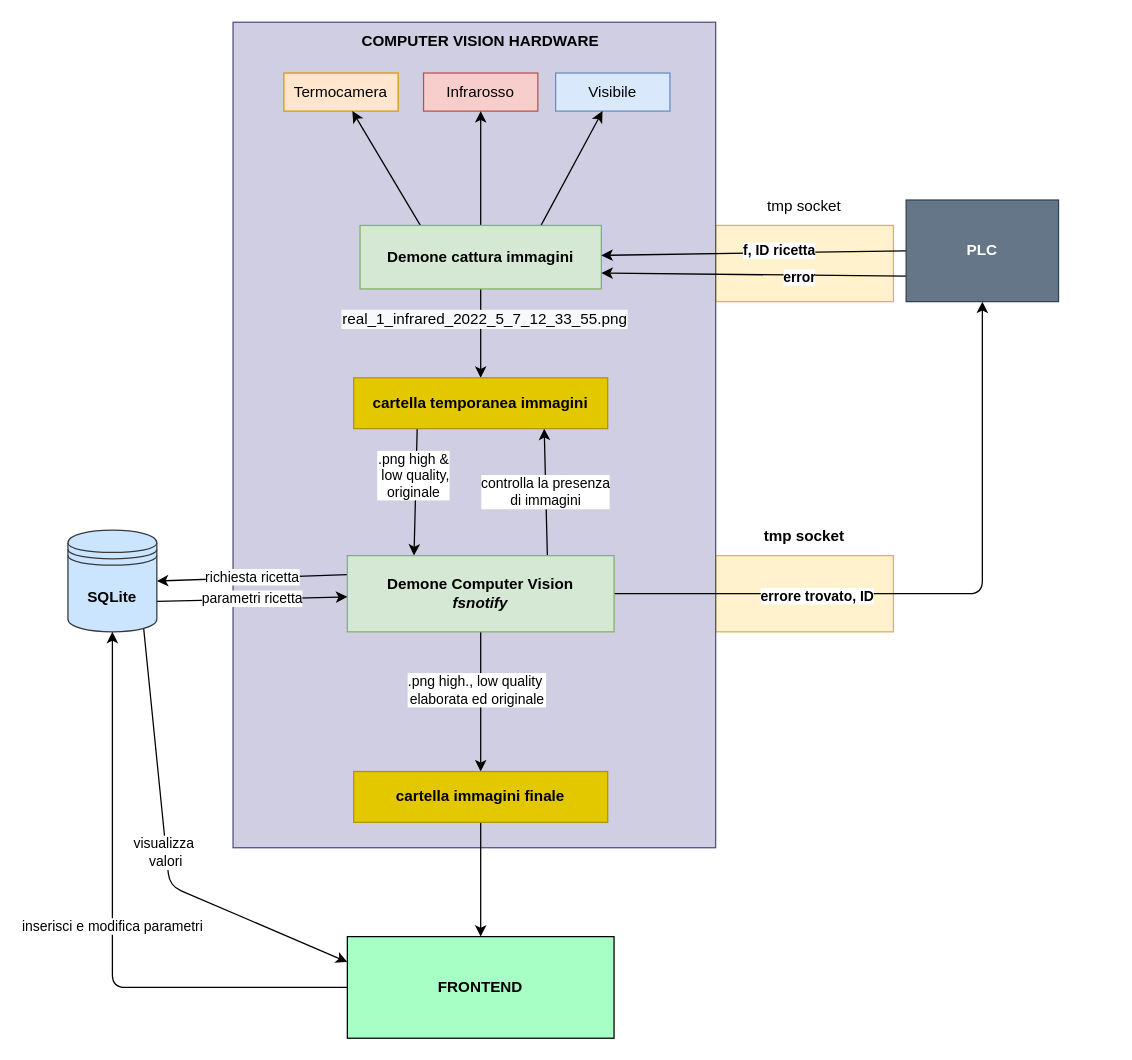
Above: docs/diagrammi di flusso/software_architecture/sistema_3.drawio in erma0x/DefectRecognitorAdvanced (draw.io), before the change. Source tidied: cells renumbered, new cells numbered last; positions are measured from the earlier drawing's top-left corner, leaving out a move shared by most shapes. Both pictures are drawn from the tidied source at 127%, with x=0, y=0 at pixel (67, 22).
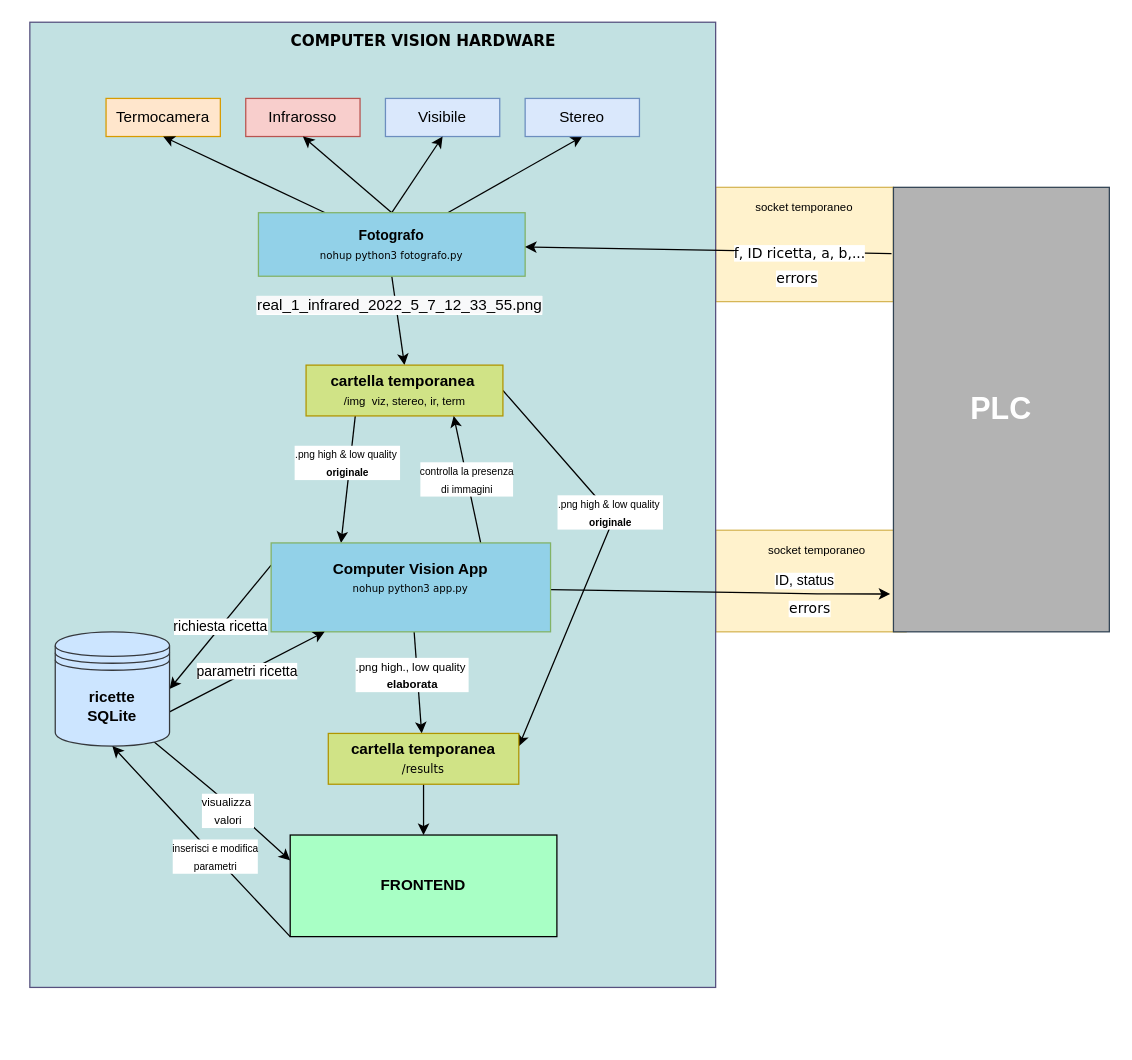
The same page after the edit.

Unchanged cells that the change refers to:
```xml
<mxCell id="20" style="edgeStyle=none;html=1;exitX=0.25;exitY=1;exitDx=0;exitDy=0;entryX=0.25;entryY=0;entryDx=0;entryDy=0;" parent="1" edge="1" source="22" target="29">
  <mxGeometry relative="1" as="geometry" />
</mxCell>
<mxCell id="26" style="edgeStyle=none;html=1;" parent="1" edge="1" source="29" target="31">
  <mxGeometry relative="1" as="geometry" />
</mxCell>
```

Change to the diagram source:
```diff
@@
     <mxCell id="2" style="rounded=0;whiteSpace=wrap;html=1;fillColor=#fff2cc;strokeColor=#d6b656;" parent="1" vertex="1">
-      <mxGeometry x="510" y="420" width="140" height="60" as="geometry" />
+      <mxGeometry x="510" y="400" width="150" height="80" as="geometry" />
     </mxCell>
     <mxCell id="3" style="rounded=0;whiteSpace=wrap;html=1;fillColor=#fff2cc;strokeColor=#d6b656;" parent="1" vertex="1">
-      <mxGeometry x="510" y="160" width="140" height="60" as="geometry" />
+      <mxGeometry x="510" y="130" width="140" height="90" as="geometry" />
     </mxCell>
-    <mxCell id="4" style="rounded=0;whiteSpace=wrap;html=1;fillColor=#d0cee2;strokeColor=#56517e;" parent="1" vertex="1">
-      <mxGeometry x="130" width="380" height="650" as="geometry" />
+    <mxCell id="4" style="rounded=0;whiteSpace=wrap;html=1;fillColor=#C2E1E2;strokeColor=#56517e;" parent="1" vertex="1">
+      <mxGeometry x="-30" width="540" height="760" as="geometry" />
     </mxCell>
     <mxCell id="5" value="Termocamera" style="rounded=0;whiteSpace=wrap;html=1;fillColor=#ffe6cc;strokeColor=#d79b00;" parent="1" vertex="1">
-      <mxGeometry x="170" y="40" width="90" height="30" as="geometry" />
+      <mxGeometry x="30" y="60" width="90" height="30" as="geometry" />
     </mxCell>
     <mxCell id="6" value="Infrarosso" style="rounded=0;whiteSpace=wrap;html=1;fillColor=#f8cecc;strokeColor=#b85450;" parent="1" vertex="1">
-      <mxGeometry x="280" y="40" width="90" height="30" as="geometry" />
+      <mxGeometry x="140" y="60" width="90" height="30" as="geometry" />
     </mxCell>
     <mxCell id="7" value="Visibile" style="rounded=0;whiteSpace=wrap;html=1;fillColor=#dae8fc;strokeColor=#6c8ebf;" parent="1" vertex="1">
-      <mxGeometry x="384" y="40" width="90" height="30" as="geometry" />
+      <mxGeometry x="250" y="60" width="90" height="30" as="geometry" />
     </mxCell>
-    <mxCell id="8" style="edgeStyle=none;html=1;exitX=0.25;exitY=0;exitDx=0;exitDy=0;" parent="1" edge="1" source="13" target="5">
-      <mxGeometry relative="1" as="geometry" />
-    </mxCell>
-    <mxCell id="9" style="edgeStyle=none;html=1;exitX=0.5;exitY=0;exitDx=0;exitDy=0;entryX=0.5;entryY=1;entryDx=0;entryDy=0;" parent="1" edge="1" source="13" target="6">
-      <mxGeometry relative="1" as="geometry" />
-    </mxCell>
-    <mxCell id="10" style="edgeStyle=none;html=1;exitX=0.75;exitY=0;exitDx=0;exitDy=0;" parent="1" edge="1" source="13" target="7">
-      <mxGeometry relative="1" as="geometry" />
-    </mxCell>
@@
+    <mxCell id="10" style="edgeStyle=none;html=1;exitX=0.5;exitY=0;exitDx=0;exitDy=0;entryX=0.5;entryY=1;entryDx=0;entryDy=0;fontFamily=Verdana;fontSize=24;fillColor=#E8ECFF;" parent="1" edge="1" source="13" target="7">
+      <mxGeometry relative="1" as="geometry" />
+    </mxCell>
+    <mxCell id="40" style="edgeStyle=none;html=1;entryX=0.5;entryY=1;entryDx=0;entryDy=0;fontFamily=Verdana;fontSize=24;fillColor=#E8ECFF;" parent="1" edge="1" source="13" target="45">
+      <mxGeometry relative="1" as="geometry" />
+    </mxCell>
+    <mxCell id="9" style="edgeStyle=none;html=1;exitX=0.5;exitY=0;exitDx=0;exitDy=0;fontFamily=Verdana;fontSize=24;fillColor=#E8ECFF;entryX=0.5;entryY=1;entryDx=0;entryDy=0;" parent="1" edge="1" source="13" target="6">
+      <mxGeometry relative="1" as="geometry" />
+    </mxCell>
+    <mxCell id="8" style="edgeStyle=none;html=1;exitX=0.25;exitY=0;exitDx=0;exitDy=0;fontFamily=Verdana;fontSize=24;fillColor=#E8ECFF;entryX=0.5;entryY=1;entryDx=0;entryDy=0;" parent="1" edge="1" source="13" target="5">
+      <mxGeometry relative="1" as="geometry" />
+    </mxCell>
-    <mxCell id="13" value="&lt;b&gt;Demone cattura immagini&lt;/b&gt;" style="rounded=0;whiteSpace=wrap;html=1;fillColor=#d5e8d4;strokeColor=#82b366;" parent="1" vertex="1">
-      <mxGeometry x="230" y="160" width="190" height="50" as="geometry" />
+    <mxCell id="13" value="&lt;font style=&quot;font-size: 11px&quot;&gt;&lt;b&gt;Fotografo&lt;/b&gt;&lt;br&gt;&lt;/font&gt;&lt;font style=&quot;font-size: 8px&quot; face=&quot;Verdana&quot;&gt;nohup python3 fotografo.py&lt;/font&gt;" style="rounded=0;whiteSpace=wrap;html=1;fillColor=#92D1E8;strokeColor=#82b366;" parent="1" vertex="1">
+      <mxGeometry x="150" y="150" width="210" height="50" as="geometry" />
     </mxCell>
-    <mxCell id="14" style="edgeStyle=none;html=1;exitX=0;exitY=0.5;exitDx=0;exitDy=0;" parent="1" edge="1" source="19" target="13">
+    <mxCell id="14" style="edgeStyle=none;html=1;exitX=-0.009;exitY=0.149;exitDx=0;exitDy=0;exitPerimeter=0;" parent="1" edge="1" source="19" target="13">
       <mxGeometry relative="1" as="geometry" />
     </mxCell>
-    <mxCell id="15" value="f, ID ricetta" style="edgeLabel;html=1;align=center;verticalAlign=middle;fontStyle=1;" parent="14" vertex="1">
-      <mxGeometry x="-0.17" y="-2" relative="1" as="geometry" />
+    <mxCell id="15" value="&lt;span style=&quot;font-weight: normal&quot;&gt;&lt;font face=&quot;Verdana&quot;&gt;f, ID ricetta, a, b,...&lt;/font&gt;&lt;/span&gt;" style="edgeLabel;html=1;align=center;verticalAlign=middle;fontStyle=1;" parent="14" vertex="1">
+      <mxGeometry x="-0.17" y="-2" relative="1" as="geometry">
+        <mxPoint x="47" y="4" as="offset" />
+      </mxGeometry>
     </mxCell>
-    <mxCell id="16" style="edgeStyle=none;html=1;exitX=0;exitY=0.75;exitDx=0;exitDy=0;entryX=1;entryY=0.75;entryDx=0;entryDy=0;" parent="1" edge="1" source="19" target="13">
-      <mxGeometry relative="1" as="geometry" />
-    </mxCell>
-    <mxCell id="17" style="edgeLabel;html=1;align=center;verticalAlign=middle;" parent="16" vertex="1">
-      <mxGeometry x="-0.28" y="1" relative="1" as="geometry" />
-    </mxCell>
-    <mxCell id="18" value="error" style="edgeLabel;html=1;align=center;verticalAlign=middle;fontStyle=1;" parent="16" vertex="1">
-      <mxGeometry x="-0.3" y="1" relative="1" as="geometry" />
-    </mxCell>
-    <mxCell id="19" value="PLC" style="rounded=0;whiteSpace=wrap;html=1;fillColor=#647687;fontColor=#ffffff;strokeColor=#314354;fontStyle=1;" parent="1" vertex="1">
-      <mxGeometry x="660" y="140" width="120" height="80" as="geometry" />
+    <mxCell id="19" value="&lt;font style=&quot;font-size: 24px&quot;&gt;PLC&lt;/font&gt;" style="rounded=0;whiteSpace=wrap;html=1;fillColor=#B3B3B3;fontColor=#ffffff;strokeColor=#314354;fontStyle=1;" parent="1" vertex="1">
+      <mxGeometry x="650" y="130" width="170" height="350" as="geometry" />
     </mxCell>
@@
-    <mxCell id="21" value=".png high &amp;amp;&lt;br&gt;&amp;nbsp;low quality, &lt;br&gt;originale" style="edgeLabel;html=1;align=center;verticalAlign=middle;" parent="20" vertex="1">
+    <mxCell id="21" value="&lt;font style=&quot;font-size: 8px&quot;&gt;.png high &amp;amp;&amp;nbsp;low&amp;nbsp;quality&amp;nbsp;&lt;br&gt;&lt;b&gt;originale&lt;/b&gt;&lt;/font&gt;" style="edgeLabel;html=1;align=center;verticalAlign=middle;" parent="20" vertex="1">
       <mxGeometry x="-0.26" y="-3" relative="1" as="geometry" />
     </mxCell>
+    <mxCell id="41" style="edgeStyle=none;html=1;exitX=1;exitY=0.5;exitDx=0;exitDy=0;entryX=1;entryY=0.25;entryDx=0;entryDy=0;fontFamily=Verdana;fontSize=9;fillColor=#E8ECFF;" parent="1" edge="1" source="22" target="31">
+      <mxGeometry relative="1" as="geometry">
+        <Array as="points">
+          <mxPoint x="430" y="390" />
+        </Array>
+      </mxGeometry>
+    </mxCell>
-    <mxCell id="22" value="cartella temporanea immagini" style="rounded=0;whiteSpace=wrap;html=1;fillColor=#e3c800;fontColor=#000000;strokeColor=#B09500;fontStyle=1;" parent="1" vertex="1">
-      <mxGeometry x="225" y="280" width="200" height="40" as="geometry" />
+    <mxCell id="22" value="cartella temporanea&amp;nbsp;&lt;br&gt;&lt;span style=&quot;font-weight: normal&quot;&gt;&lt;font style=&quot;font-size: 9px&quot;&gt;/img&amp;nbsp; viz, stereo, ir, term&lt;/font&gt;&lt;/span&gt;" style="rounded=0;whiteSpace=wrap;html=1;fillColor=#D0E386;fontColor=#000000;strokeColor=#B09500;fontStyle=1;" parent="1" vertex="1">
+      <mxGeometry x="187.5" y="270" width="155" height="40" as="geometry" />
     </mxCell>
-    <mxCell id="23" value="controlla la presenza &lt;br&gt;di immagini" style="edgeStyle=none;html=1;exitX=0.75;exitY=0;exitDx=0;exitDy=0;entryX=0.75;entryY=1;entryDx=0;entryDy=0;" parent="1" edge="1" source="29" target="22">
+    <mxCell id="23" value="&lt;font style=&quot;font-size: 8px&quot;&gt;controlla la presenza &lt;br&gt;di immagini&lt;/font&gt;" style="edgeStyle=none;html=1;exitX=0.75;exitY=0;exitDx=0;exitDy=0;entryX=0.75;entryY=1;entryDx=0;entryDy=0;" parent="1" edge="1" source="29" target="22">
       <mxGeometry relative="1" as="geometry" />
     </mxCell>
-    <mxCell id="24" style="edgeStyle=none;html=1;entryX=0.5;entryY=1;entryDx=0;entryDy=0;" parent="1" edge="1" source="29" target="19">
+    <mxCell id="24" style="edgeStyle=none;html=1;entryX=-0.015;entryY=0.915;entryDx=0;entryDy=0;entryPerimeter=0;" parent="1" edge="1" source="29" target="19">
       <mxGeometry relative="1" as="geometry">
         <Array as="points">
-          <mxPoint x="720" y="450" />
+          <mxPoint x="590" y="450" />
         </Array>
       </mxGeometry>
     </mxCell>
-    <mxCell id="25" value="errore trovato, ID" style="edgeLabel;html=1;align=center;verticalAlign=middle;fontStyle=1;" parent="24" vertex="1">
-      <mxGeometry x="-0.39" y="-1" relative="1" as="geometry" />
+    <mxCell id="25" value="&lt;span style=&quot;font-weight: normal&quot;&gt;ID, status&lt;/span&gt;" style="edgeLabel;html=1;align=center;verticalAlign=middle;fontStyle=1;" parent="24" vertex="1">
+      <mxGeometry x="-0.39" y="-1" relative="1" as="geometry">
+        <mxPoint x="118" y="-9" as="offset" />
+      </mxGeometry>
     </mxCell>
@@
-    <mxCell id="27" value=".png high., low quality&amp;nbsp;&lt;br&gt;elaborata ed originale" style="edgeLabel;html=1;align=center;verticalAlign=middle;fontStyle=0;" parent="26" vertex="1">
-      <mxGeometry x="-0.18" y="-4" relative="1" as="geometry" />
+    <mxCell id="27" value="&lt;font style=&quot;font-size: 9px&quot;&gt;.png high., low quality&amp;nbsp;&lt;br&gt;&lt;b&gt;elaborata&lt;/b&gt;&lt;/font&gt;" style="edgeLabel;html=1;align=center;verticalAlign=middle;fontStyle=0;" parent="26" vertex="1">
+      <mxGeometry x="-0.18" y="-4" relative="1" as="geometry">
+        <mxPoint x="-1" as="offset" />
+      </mxGeometry>
     </mxCell>
@@
-    <mxCell id="29" value="&lt;b&gt;Demone Computer Vision&lt;br&gt;&lt;i&gt;fsnotify&lt;/i&gt;&lt;/b&gt;" style="rounded=0;whiteSpace=wrap;html=1;fillColor=#d5e8d4;strokeColor=#82b366;" parent="1" vertex="1">
-      <mxGeometry x="220" y="420" width="210" height="60" as="geometry" />
+    <mxCell id="29" value="&lt;b&gt;Computer Vision App&lt;br&gt;&lt;/b&gt;&lt;font style=&quot;font-size: 8px&quot; face=&quot;Verdana&quot;&gt;nohup python3 app.py&lt;br&gt;&lt;/font&gt;&lt;b&gt;&lt;br&gt;&lt;/b&gt;" style="rounded=0;whiteSpace=wrap;html=1;fillColor=#92D1E8;strokeColor=#82b366;" parent="1" vertex="1">
+      <mxGeometry x="160" y="410" width="220" height="70" as="geometry" />
     </mxCell>
@@
-    <mxCell id="31" value="cartella immagini finale" style="rounded=0;whiteSpace=wrap;html=1;fillColor=#e3c800;fontColor=#000000;strokeColor=#B09500;fontStyle=1;" parent="1" vertex="1">
-      <mxGeometry x="225" y="590" width="200" height="40" as="geometry" />
+    <mxCell id="31" value="cartella temporanea&lt;br&gt;&lt;span style=&quot;font-weight: normal&quot;&gt;&lt;font face=&quot;Verdana&quot; style=&quot;font-size: 9px&quot;&gt;/results&lt;/font&gt;&lt;/span&gt;" style="rounded=0;whiteSpace=wrap;html=1;fillColor=#D0E386;fontColor=#000000;strokeColor=#B09500;fontStyle=1;" parent="1" vertex="1">
+      <mxGeometry x="205" y="560" width="150" height="40" as="geometry" />
     </mxCell>
-    <mxCell id="32" value="COMPUTER VISION HARDWARE" style="text;html=1;strokeColor=none;fillColor=none;align=center;verticalAlign=middle;whiteSpace=wrap;rounded=0;fontStyle=1;" parent="1" vertex="1">
-      <mxGeometry x="205" width="240" height="30" as="geometry" />
+    <mxCell id="32" value="&lt;font face=&quot;Verdana&quot;&gt;COMPUTER VISION HARDWARE&lt;/font&gt;" style="text;html=1;strokeColor=none;fillColor=none;align=center;verticalAlign=middle;whiteSpace=wrap;rounded=0;fontStyle=1;" parent="1" vertex="1">
+      <mxGeometry x="160" width="240" height="30" as="geometry" />
     </mxCell>
-    <mxCell id="33" value="tmp socket" style="text;html=1;strokeColor=none;fillColor=none;align=center;verticalAlign=middle;whiteSpace=wrap;rounded=0;" parent="1" vertex="1">
-      <mxGeometry x="520" y="130" width="120" height="30" as="geometry" />
-    </mxCell>
-    <mxCell id="34" value="tmp socket" style="text;html=1;strokeColor=none;fillColor=none;align=center;verticalAlign=middle;whiteSpace=wrap;rounded=0;fontStyle=1;" parent="1" vertex="1">
-      <mxGeometry x="520" y="390" width="120" height="30" as="geometry" />
+    <mxCell id="34" value="&lt;font style=&quot;font-size: 9px ; font-weight: normal&quot;&gt;socket temporaneo&lt;/font&gt;" style="text;html=1;strokeColor=none;fillColor=none;align=center;verticalAlign=middle;whiteSpace=wrap;rounded=0;fontStyle=1;" parent="1" vertex="1">
+      <mxGeometry x="530" y="400" width="120" height="30" as="geometry" />
     </mxCell>
@@
-    <mxCell id="36" value="visualizza&amp;nbsp;&lt;br&gt;valori" style="edgeStyle=none;html=1;exitX=0.85;exitY=0.95;exitDx=0;exitDy=0;exitPerimeter=0;entryX=0;entryY=0.25;entryDx=0;entryDy=0;" parent="1" edge="1" source="37" target="39">
-      <mxGeometry relative="1" as="geometry">
+    <mxCell id="36" value="&lt;font style=&quot;font-size: 9px&quot;&gt;visualizza&amp;nbsp;&lt;br&gt;valori&lt;/font&gt;" style="edgeStyle=none;html=1;exitX=0.85;exitY=0.95;exitDx=0;exitDy=0;exitPerimeter=0;entryX=0;entryY=0.25;entryDx=0;entryDy=0;" parent="1" edge="1" source="37" target="39">
+      <mxGeometry x="0.13" y="-4" relative="1" as="geometry">
         <Array as="points">
-          <mxPoint x="80" y="680" />
+          <mxPoint x="120" y="610" />
         </Array>
       </mxGeometry>
     </mxCell>
-    <mxCell id="37" value="SQLite" style="shape=datastore;whiteSpace=wrap;html=1;fillColor=#cce5ff;strokeColor=#36393d;fontStyle=1;" parent="1" vertex="1">
-      <mxGeometry y="400" width="70" height="80" as="geometry" />
+    <mxCell id="37" value="ricette&lt;br&gt;SQLite" style="shape=datastore;whiteSpace=wrap;html=1;fillColor=#cce5ff;strokeColor=#36393d;fontStyle=1;" parent="1" vertex="1">
+      <mxGeometry x="-10" y="480" width="90" height="90" as="geometry" />
     </mxCell>
-    <mxCell id="38" value="inserisci e modifica parametri" style="edgeStyle=none;html=1;exitX=0;exitY=0.5;exitDx=0;exitDy=0;entryX=0.5;entryY=1;entryDx=0;entryDy=0;" parent="1" edge="1" source="39" target="37">
-      <mxGeometry relative="1" as="geometry">
+    <mxCell id="38" value="&lt;font style=&quot;font-size: 8px&quot;&gt;inserisci e modifica &lt;br&gt;parametri&lt;/font&gt;" style="edgeStyle=none;html=1;exitX=0;exitY=1;exitDx=0;exitDy=0;entryX=0.5;entryY=1;entryDx=0;entryDy=0;fillColor=#E8ECFF;" parent="1" edge="1" source="39" target="37">
+      <mxGeometry x="-0.16" relative="1" as="geometry">
         <Array as="points">
-          <mxPoint x="35" y="760" />
+          <mxPoint x="100" y="640" />
         </Array>
       </mxGeometry>
     </mxCell>
     <mxCell id="39" value="&lt;b&gt;FRONTEND&lt;/b&gt;" style="rounded=0;whiteSpace=wrap;html=1;fillColor=#A8FFC5;" parent="1" vertex="1">
-      <mxGeometry x="220" y="720" width="210" height="80" as="geometry" />
+      <mxGeometry x="175" y="640" width="210" height="80" as="geometry" />
     </mxCell>
+    <mxCell id="42" value="&lt;font style=&quot;font-size: 9px&quot;&gt;socket temporaneo&lt;/font&gt;" style="text;html=1;strokeColor=none;fillColor=none;align=center;verticalAlign=middle;whiteSpace=wrap;rounded=0;fontStyle=0;" parent="1" vertex="1">
+      <mxGeometry x="520" y="130" width="120" height="30" as="geometry" />
+    </mxCell>
+    <mxCell id="43" value="&lt;span style=&quot;font-weight: normal&quot;&gt;&lt;font face=&quot;Verdana&quot;&gt;errors&lt;/font&gt;&lt;/span&gt;" style="edgeLabel;html=1;align=center;verticalAlign=middle;fontStyle=1;" parent="1" vertex="1">
+      <mxGeometry x="560" y="240" as="geometry">
+        <mxPoint x="13" y="-39" as="offset" />
+      </mxGeometry>
+    </mxCell>
+    <mxCell id="44" value="&lt;font style=&quot;font-size: 8px&quot;&gt;.png high &amp;amp;&amp;nbsp;low&amp;nbsp;quality&amp;nbsp;&lt;br&gt;&lt;b&gt;originale&lt;/b&gt;&lt;/font&gt;" style="edgeLabel;html=1;align=center;verticalAlign=middle;" parent="1" vertex="1">
+      <mxGeometry x="426" y="385" as="geometry" />
+    </mxCell>
+    <mxCell id="45" value="Stereo" style="rounded=0;whiteSpace=wrap;html=1;fillColor=#dae8fc;strokeColor=#6c8ebf;" parent="1" vertex="1">
+      <mxGeometry x="360" y="60" width="90" height="30" as="geometry" />
+    </mxCell>
+    <mxCell id="46" value="&lt;span style=&quot;font-weight: normal&quot;&gt;&lt;font face=&quot;Verdana&quot;&gt;errors&lt;/font&gt;&lt;/span&gt;" style="edgeLabel;html=1;align=center;verticalAlign=middle;fontStyle=1;" parent="1" vertex="1">
+      <mxGeometry x="570" y="500" as="geometry">
+        <mxPoint x="13" y="-39" as="offset" />
+      </mxGeometry>
+    </mxCell>
```
